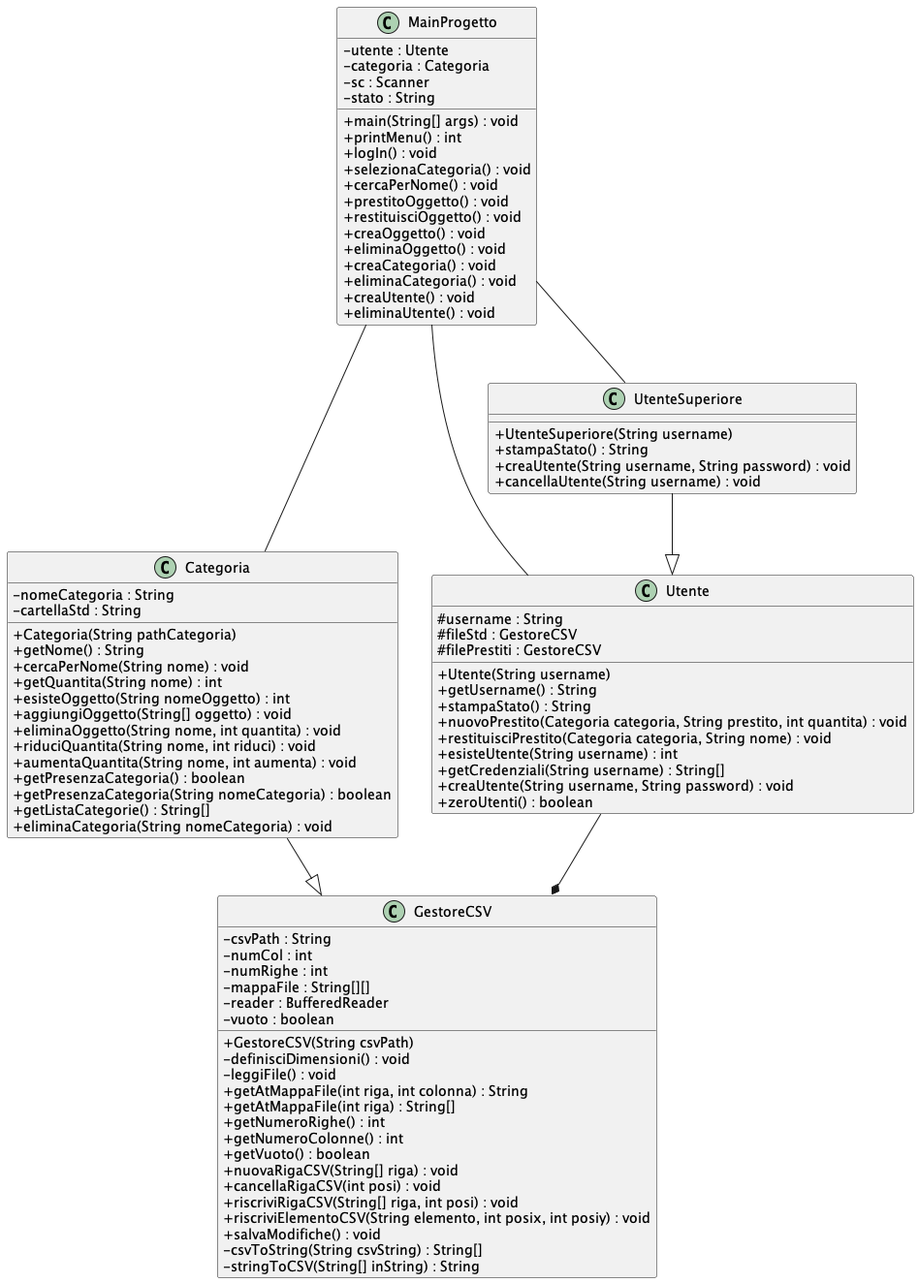
Before: UML.png, a diagram exported from PlantUML (souremillime/progetto-java).
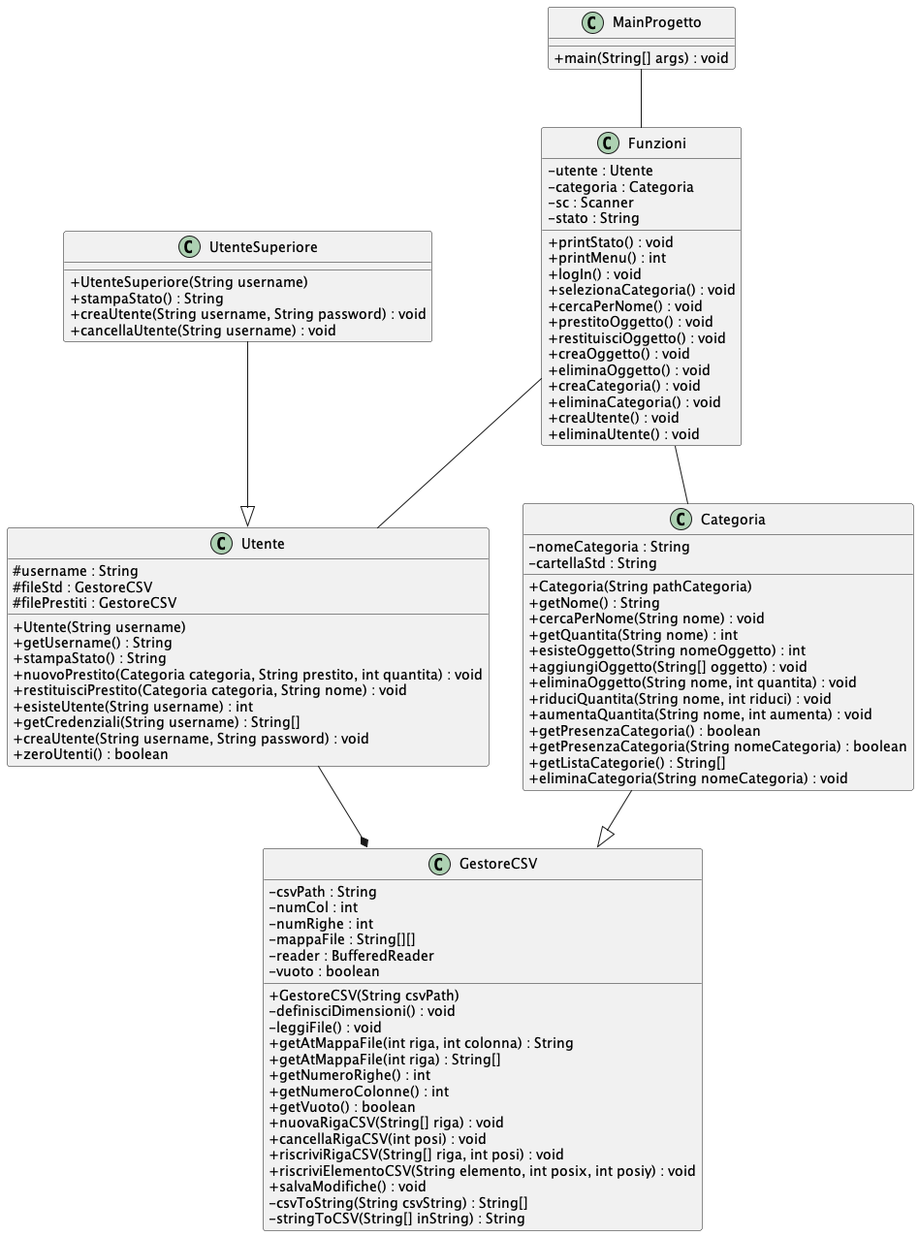
The same file after the commit.

The edit, as a diff of the source:
```diff
@@ -69,12 +69,17 @@
 }
 
 class MainProgetto {
+
+    + main(String[] args) : void
+}
+
+class Funzioni {
     - utente : Utente
     - categoria : Categoria
     - sc : Scanner
     - stato : String
 
-    + main(String[] args) : void
+    + printStato() : void
     + printMenu() : int
     + logIn() : void
     + selezionaCategoria() : void
@@ -87,6 +92,7 @@
     + eliminaCategoria() : void
     + creaUtente() : void
     + eliminaUtente() : void
+
 }
 Categoria --|> GestoreCSV
 UtenteSuperiore --|> Utente
@@ -94,8 +100,9 @@
 
 Utente --* GestoreCSV
 
-MainProgetto -- Utente
-MainProgetto -- UtenteSuperiore
-MainProgetto -- Categoria
+Funzioni -- Utente
+Funzioni -- Categoria
+
+MainProgetto -- Funzioni
 
 @enduml
```
